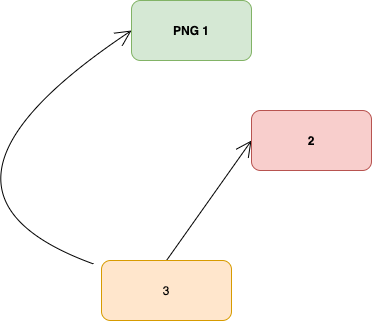
Earlier version of the draw.io export Test Embedding.drawio.png (philip-gai/github-drawio-demo). Source tidied: cells renumbered, new cells last; positions are measured from the earlier drawing's top-left corner, leaving out a move shared by most shapes.
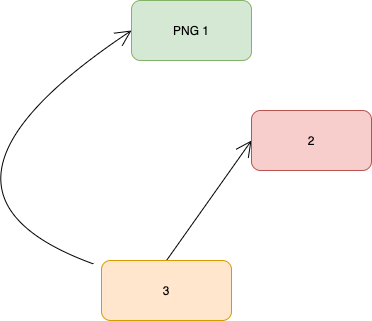
The same file after the commit.

What changed in the source:
```diff
@@ -2,7 +2,7 @@
   <root>
     <mxCell id="0" />
     <mxCell id="1" parent="0" />
-    <mxCell id="2" value="PNG 1" style="rounded=1;whiteSpace=wrap;html=1;fillColor=#d5e8d4;strokeColor=#82b366;fontStyle=1;" parent="1" vertex="1">
+    <mxCell id="2" value="PNG 1" style="rounded=1;whiteSpace=wrap;html=1;fillColor=#d5e8d4;strokeColor=#82b366;fontStyle=0;" parent="1" vertex="1">
       <mxGeometry x="240" width="120" height="60" as="geometry" />
     </mxCell>
     <mxCell id="3" style="edgeStyle=none;jettySize=auto;html=1;entryX=0;entryY=0.5;entryDx=0;entryDy=0;endArrow=open;startSize=14;endSize=14;sourcePerimeterSpacing=8;targetPerimeterSpacing=8;exitX=0.5;exitY=0;exitDx=0;exitDy=0;strokeColor=default;curved=1;" parent="1" edge="1" source="5" target="6">
@@ -18,7 +18,7 @@
     <mxCell id="5" value="3" style="rounded=1;whiteSpace=wrap;html=1;fillColor=#ffe6cc;strokeColor=#d79b00;" parent="1" vertex="1">
       <mxGeometry x="210" y="260" width="130" height="60" as="geometry" />
     </mxCell>
-    <mxCell id="6" value="2" style="rounded=1;whiteSpace=wrap;html=1;fillColor=#f8cecc;strokeColor=#b85450;fontStyle=1;" parent="1" vertex="1">
+    <mxCell id="6" value="2" style="rounded=1;whiteSpace=wrap;html=1;fillColor=#f8cecc;strokeColor=#b85450;fontStyle=0;" parent="1" vertex="1">
       <mxGeometry x="360" y="110" width="120" height="60" as="geometry" />
     </mxCell>
   </root>
```
